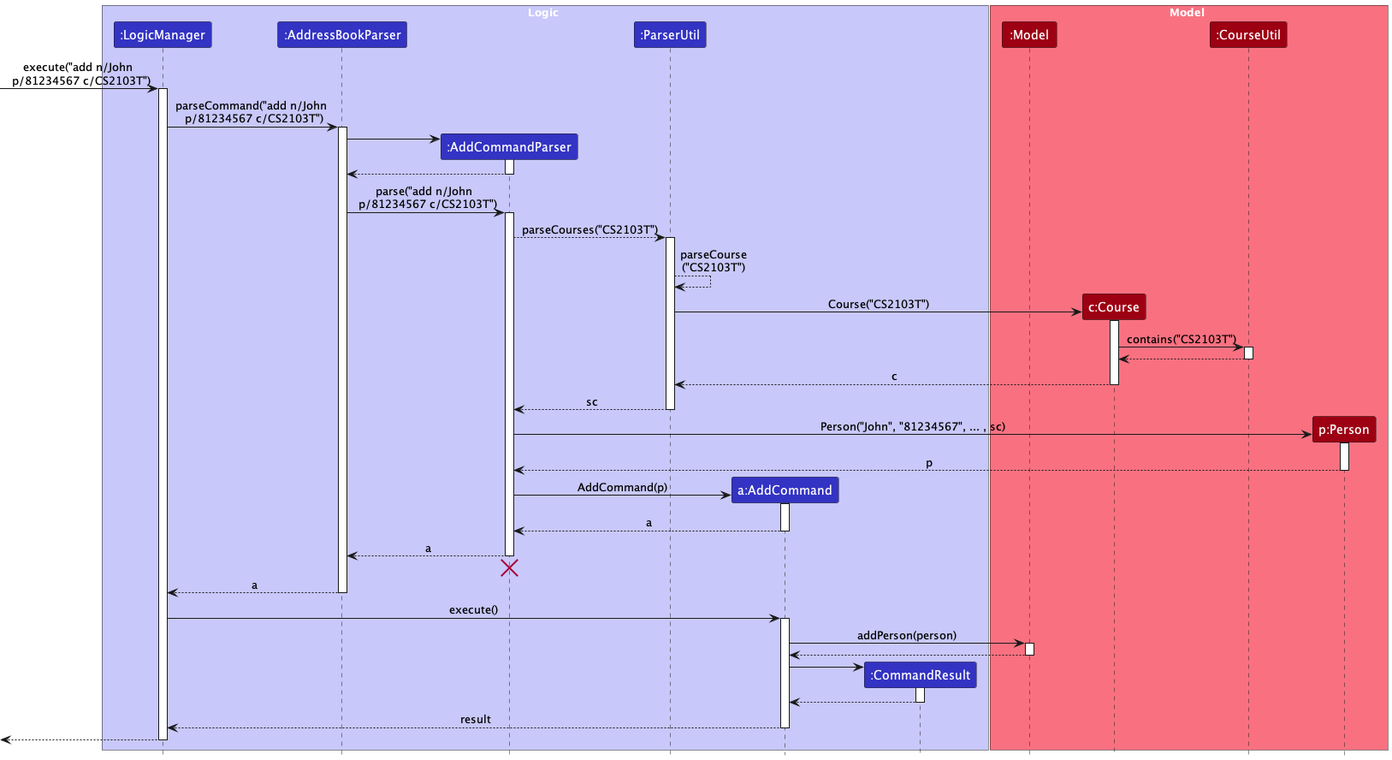
Before: docs/images/AddSequenceDiagram.png, a diagram exported from PlantUML (tanteckfang/tp).
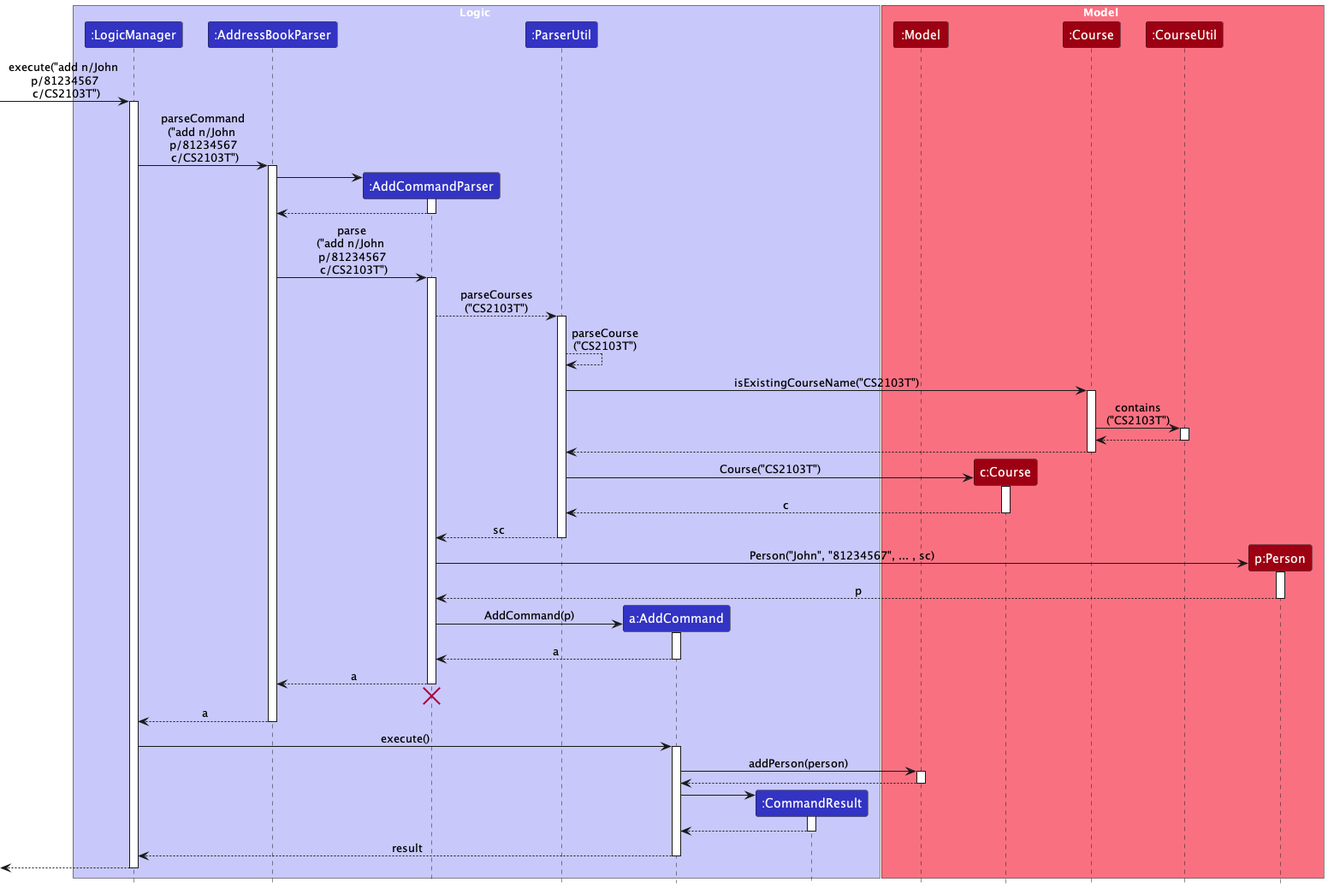
The same file after the commit.

What changed in the source:
```diff
@@ -14,14 +14,15 @@
 box Model MODEL_COLOR_T1
 participant ":Model" as Model MODEL_COLOR
 participant "c:Course" as Course MODEL_COLOR
+participant ":Course" as CourseClass MODEL_COLOR
 participant ":CourseUtil" as CourseUtil MODEL_COLOR
 participant "p:Person" as Person MODEL_COLOR
 end box
 
-[-> LogicManager : execute("add n/John \n p/81234567 c/CS2103T")
+[-> LogicManager : execute("add n/John \n p/81234567 \n c/CS2103T")
 activate LogicManager
 
-LogicManager -> AddressBookParser : parseCommand("add n/John \n p/81234567 c/CS2103T")
+LogicManager -> AddressBookParser : parseCommand\n("add n/John \n p/81234567 \n c/CS2103T")
 activate AddressBookParser
 
 create AddCommandParser
@@ -31,22 +32,29 @@
 AddCommandParser --> AddressBookParser
 deactivate AddCommandParser
 
-AddressBookParser -> AddCommandParser : parse("add n/John \n p/81234567 c/CS2103T")
+AddressBookParser -> AddCommandParser : parse\n("add n/John \n p/81234567 \n c/CS2103T")
 activate AddCommandParser
 
-AddCommandParser --> ParserUtil : parseCourses("CS2103T")
+AddCommandParser --> ParserUtil : parseCourses\n("CS2103T")
 activate ParserUtil
 
 ParserUtil --> ParserUtil : parseCourse\n("CS2103T")
+
+ParserUtil -> CourseClass : isExistingCourseName("CS2103T")
+activate CourseClass
+
+CourseClass -> CourseUtil : contains\n("CS2103T")
+activate CourseUtil
+CourseUtil --> CourseClass
+deactivate CourseUtil
+
+CourseClass --> ParserUtil
+deactivate CourseClass
 
 create Course
 ParserUtil -> Course : Course("CS2103T")
 activate Course
 
-Course -> CourseUtil : contains("CS2103T")
-activate CourseUtil
-CourseUtil --> Course
-deactivate CourseUtil
 
 Course --> ParserUtil : c
 deactivate Course
```
